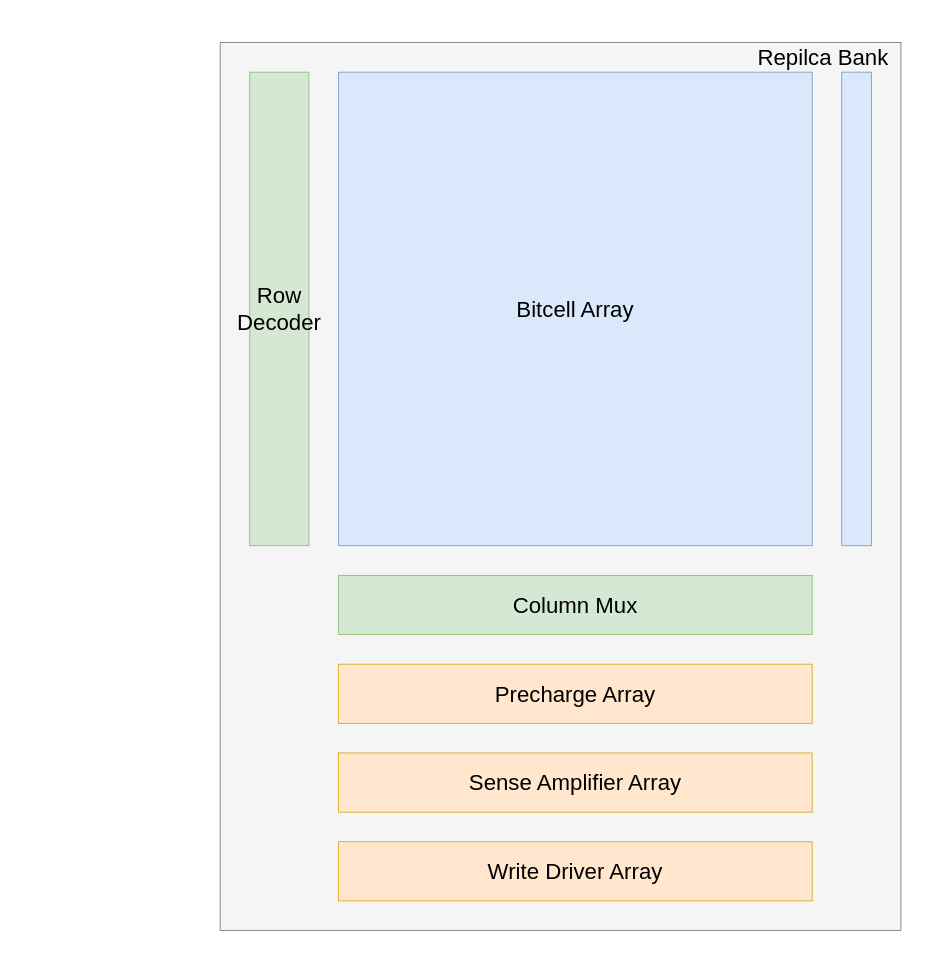
Earlier version of the draw.io diagram docs/framework/circuit/SRAM框图.drawio (MoleSir/XTaro). Source tidied: cells renumbered, new cells numbered last; positions are measured from the earlier drawing's top-left corner, leaving out a move shared by most shapes. Both pictures are drawn from the tidied source at 74%, with x=0, y=0 at pixel (220, 42).
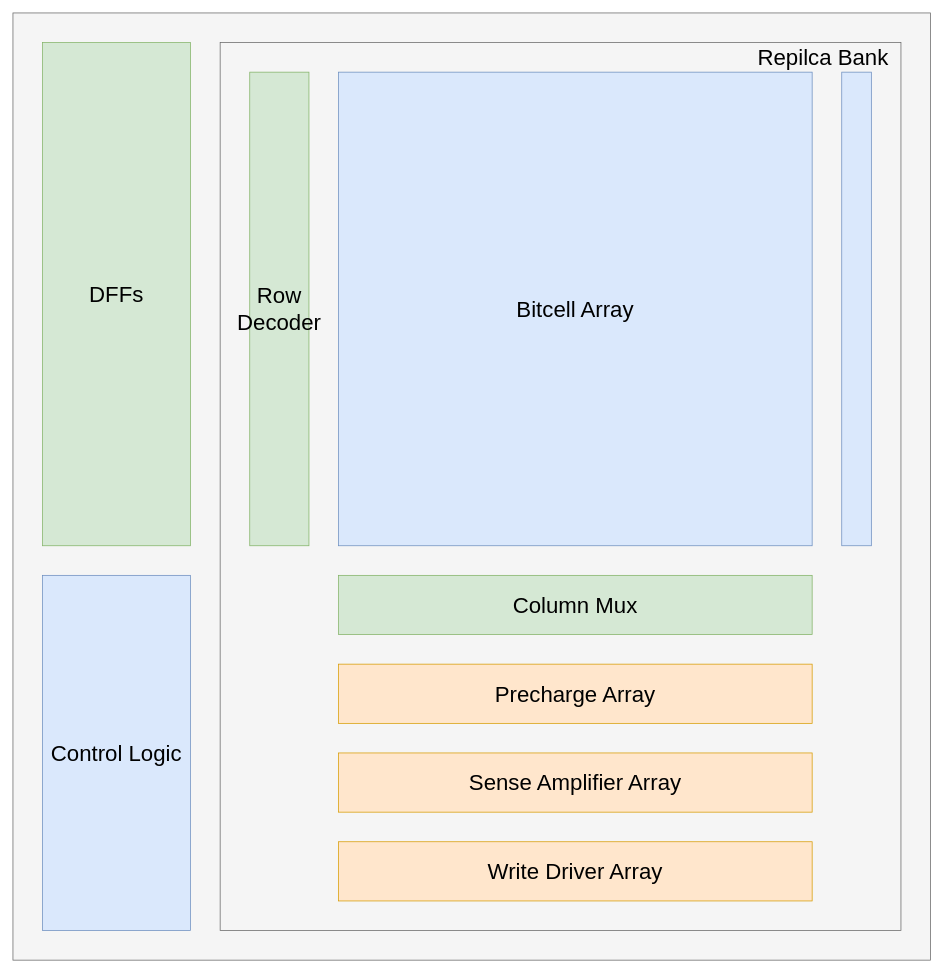
Above is the later version.

The edit, as a diff of the source:
```diff
@@
 <mxGraphModel>
   <root>
     <mxCell id="0" />
     <mxCell id="1" parent="0" />
+    <mxCell id="11" style="rounded=0;whiteSpace=wrap;html=1;fillColor=#f5f5f5;strokeColor=#666666;fontColor=#333333;" parent="1" vertex="1">
+      <mxGeometry x="-280" y="-40" width="1240" height="1280" as="geometry" />
+    </mxCell>
     <mxCell id="2" style="rounded=0;whiteSpace=wrap;html=1;fillColor=#f5f5f5;strokeColor=#666666;fontColor=#333333;" parent="1" vertex="1">
       <mxGeometry width="920" height="1200" as="geometry" />
     </mxCell>
     <mxCell id="3" value="&lt;font style=&quot;font-size: 30px&quot;&gt;Bitcell Array&lt;/font&gt;" style="rounded=0;whiteSpace=wrap;html=1;fillColor=#dae8fc;strokeColor=#6c8ebf;" parent="1" vertex="1">
       <mxGeometry x="160" y="40" width="640" height="640" as="geometry" />
     </mxCell>
     <mxCell id="4" value="&lt;font style=&quot;font-size: 30px&quot;&gt;Row&lt;br&gt;Decoder&lt;/font&gt;" style="rounded=0;whiteSpace=wrap;html=1;fillColor=#d5e8d4;strokeColor=#82b366;" parent="1" vertex="1">
       <mxGeometry x="40" y="40" width="80" height="640" as="geometry" />
     </mxCell>
     <mxCell id="5" value="&lt;font style=&quot;font-size: 30px&quot;&gt;Column Mux&lt;/font&gt;" style="rounded=0;whiteSpace=wrap;html=1;fillColor=#d5e8d4;strokeColor=#82b366;" parent="1" vertex="1">
       <mxGeometry x="160" y="720" width="640" height="80" as="geometry" />
     </mxCell>
     <mxCell id="6" value="&lt;font style=&quot;font-size: 30px&quot;&gt;Precharge Array&lt;/font&gt;" style="rounded=0;whiteSpace=wrap;html=1;fillColor=#ffe6cc;strokeColor=#d79b00;" parent="1" vertex="1">
       <mxGeometry x="160" y="840" width="640" height="80" as="geometry" />
     </mxCell>
     <mxCell id="7" value="&lt;font style=&quot;font-size: 30px&quot;&gt;Sense Amplifier Array&lt;/font&gt;" style="rounded=0;whiteSpace=wrap;html=1;fillColor=#ffe6cc;strokeColor=#d79b00;" parent="1" vertex="1">
       <mxGeometry x="160" y="960" width="640" height="80" as="geometry" />
     </mxCell>
     <mxCell id="8" value="&lt;font style=&quot;font-size: 30px&quot;&gt;Write Driver Array&lt;/font&gt;" style="rounded=0;whiteSpace=wrap;html=1;fillColor=#ffe6cc;strokeColor=#d79b00;" parent="1" vertex="1">
       <mxGeometry x="160" y="1080" width="640" height="80" as="geometry" />
     </mxCell>
     <mxCell id="9" style="rounded=0;whiteSpace=wrap;html=1;fillColor=#dae8fc;strokeColor=#6c8ebf;" parent="1" vertex="1">
       <mxGeometry x="840" y="40" width="40" height="640" as="geometry" />
     </mxCell>
     <mxCell id="10" value="&lt;font style=&quot;font-size: 30px&quot;&gt;Repilca Bank&lt;/font&gt;" style="text;html=1;strokeColor=none;fillColor=none;align=center;verticalAlign=middle;whiteSpace=wrap;rounded=0;" parent="1" vertex="1">
       <mxGeometry x="710" y="10" width="210" height="20" as="geometry" />
     </mxCell>
+    <mxCell id="12" value="&lt;font style=&quot;font-size: 30px&quot;&gt;Control Logic&lt;/font&gt;" style="rounded=0;whiteSpace=wrap;html=1;fillColor=#dae8fc;strokeColor=#6c8ebf;" parent="1" vertex="1">
+      <mxGeometry x="-240" y="720" width="200" height="480" as="geometry" />
+    </mxCell>
+    <mxCell id="13" value="&lt;font style=&quot;font-size: 30px&quot;&gt;DFFs&lt;/font&gt;" style="rounded=0;whiteSpace=wrap;html=1;fillColor=#d5e8d4;strokeColor=#82b366;" parent="1" vertex="1">
+      <mxGeometry x="-240" width="200" height="680" as="geometry" />
+    </mxCell>
   </root>
 </mxGraphModel>
```
